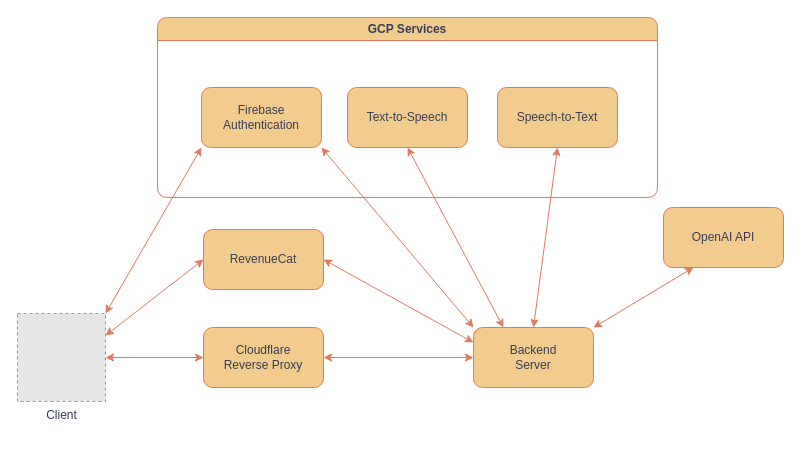
Before: docs/my_applications/AI_Voice_Talk/architecture.drawio in RYO1223/resume, a draw.io diagram. Source tidied: cells renumbered, new cells numbered last; positions are measured from the earlier drawing's top-left corner, leaving out a move shared by most shapes. Both pictures are drawn from the tidied source at 100%, with x=0, y=0 at pixel (17, 17). Pictures stored in the file or linked from it are replaced by grey dashed boxes.
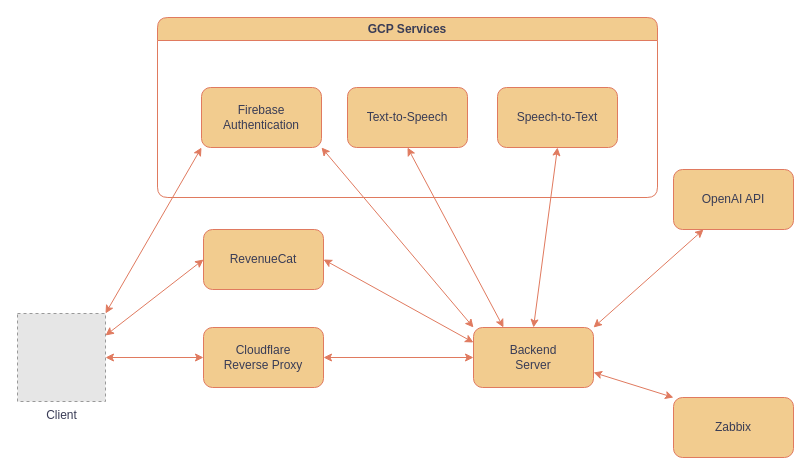
The same diagram, later.

Commit message:
architecture.drawio を更新します

The change refers to these unchanged cells:
```xml
<mxCell id="5" value="Backend&lt;br&gt;Server" style="rounded=1;whiteSpace=wrap;html=1;labelBackgroundColor=none;fillColor=#F2CC8F;strokeColor=#E07A5F;fontColor=#393C56;" parent="1" vertex="1">
  <mxGeometry x="456" y="310" width="120" height="60" as="geometry" />
</mxCell>
```

Change to the diagram source:
```diff
@@
     <mxCell id="10" value="OpenAI API" style="rounded=1;whiteSpace=wrap;html=1;labelBackgroundColor=none;fillColor=#F2CC8F;strokeColor=#E07A5F;fontColor=#393C56;" parent="1" vertex="1">
-      <mxGeometry x="646" y="190" width="120" height="60" as="geometry" />
+      <mxGeometry x="656" y="152" width="120" height="60" as="geometry" />
     </mxCell>
@@
+    <mxCell id="20" value="Zabbix" style="rounded=1;whiteSpace=wrap;html=1;labelBackgroundColor=none;fillColor=#F2CC8F;strokeColor=#E07A5F;fontColor=#393C56;" parent="1" vertex="1">
+      <mxGeometry x="656" y="380" width="120" height="60" as="geometry" />
+    </mxCell>
+    <mxCell id="21" style="endArrow=classic;startArrow=classic;html=1;rounded=1;exitX=0;exitY=0;exitDx=0;exitDy=0;entryX=1;entryY=0.75;entryDx=0;entryDy=0;labelBackgroundColor=none;strokeColor=#E07A5F;fontColor=default;" parent="1" edge="1" source="20" target="5">
+      <mxGeometry relative="1" as="geometry" />
+    </mxCell>
```
